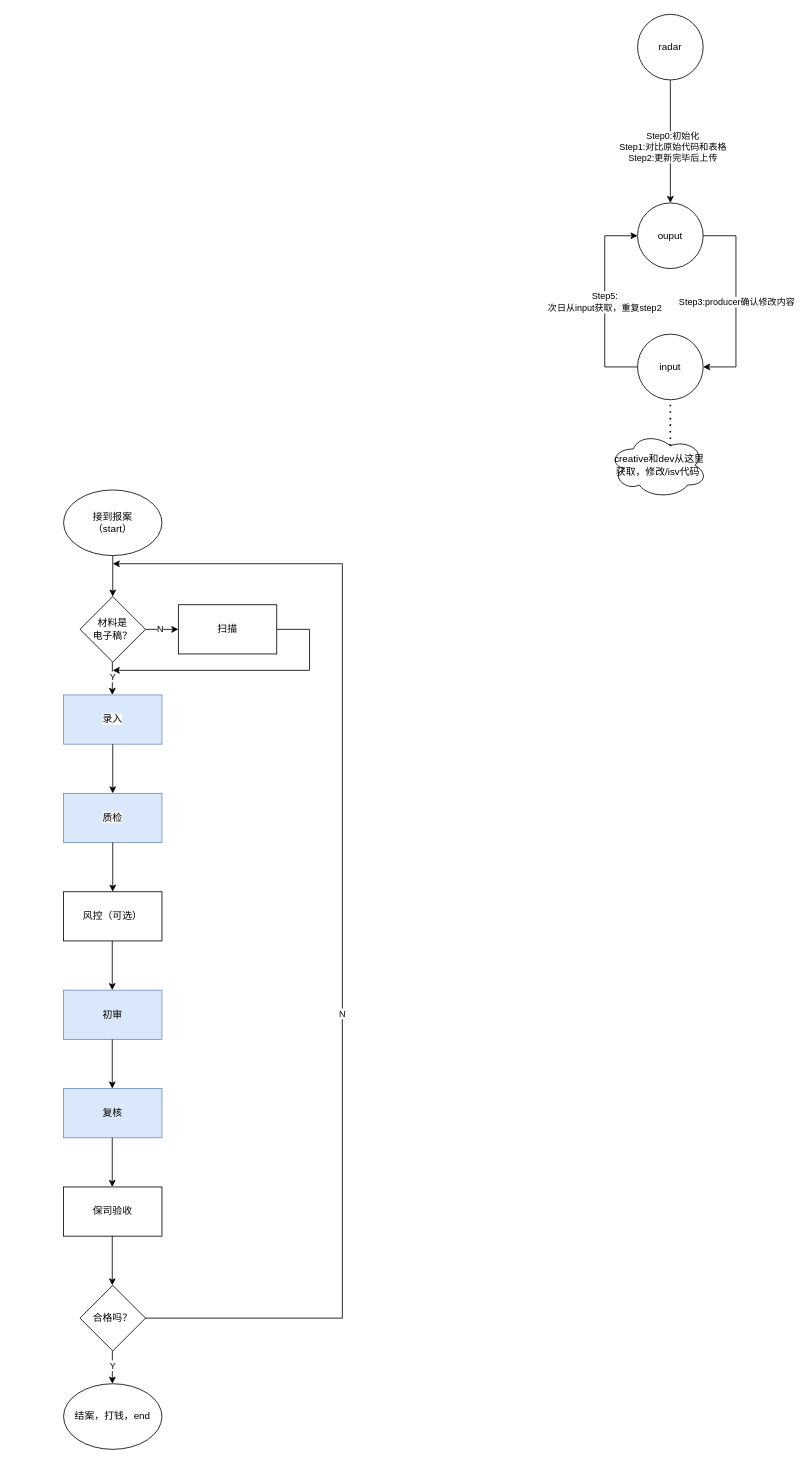
Before: page "流程" (6 of 7) of js/strategyrTree.drawio in feiaaa/a-python-proj-crawler, a draw.io diagram. Source tidied: cells renumbered, new cells numbered last; positions are measured from the earlier drawing's top-left corner, leaving out a move shared by most shapes. Both pictures are drawn from the tidied source at 82%, with x=0, y=0 at pixel (63, 14).
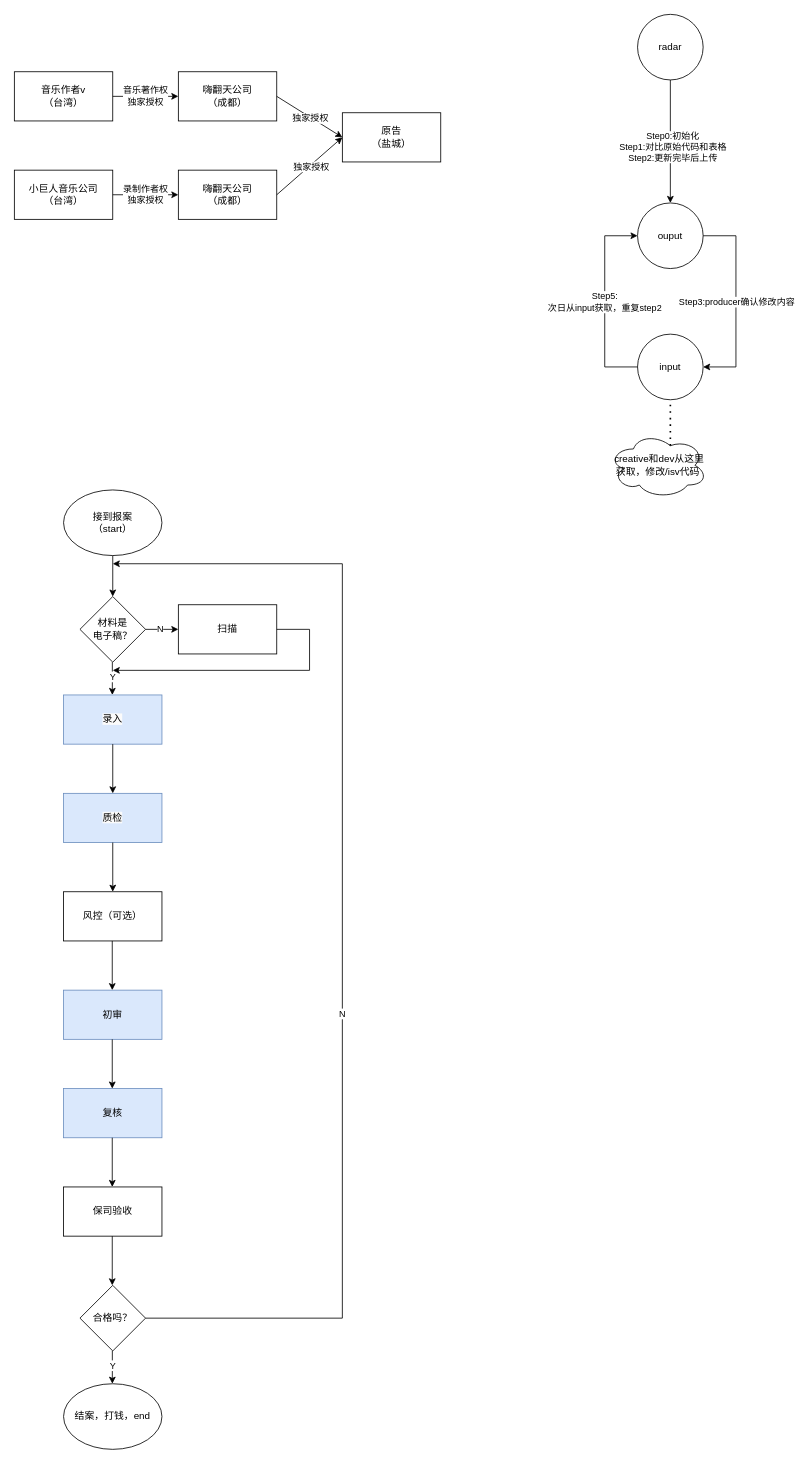
Above is the later version.

Change to the diagram source:
```diff
@@
+    <mxCell id="41" value="音乐作者v&lt;div&gt;（台湾）&lt;/div&gt;" style="rounded=0;whiteSpace=wrap;html=1;" parent="1" vertex="1">
+      <mxGeometry x="-60" y="70" width="120" height="60" as="geometry" />
+    </mxCell>
+    <mxCell id="42" value="小巨人音乐公司&lt;div&gt;（台湾）&lt;/div&gt;" style="rounded=0;whiteSpace=wrap;html=1;" parent="1" vertex="1">
+      <mxGeometry x="-60" y="190" width="120" height="60" as="geometry" />
+    </mxCell>
+    <mxCell id="43" style="endArrow=classic;html=1;rounded=0;exitX=1;exitY=0.5;exitDx=0;exitDy=0;" parent="1" edge="1" source="41">
+      <mxGeometry relative="1" as="geometry">
+        <mxPoint x="140" y="100" as="targetPoint" />
+      </mxGeometry>
+    </mxCell>
+    <mxCell id="44" value="音乐著作权&lt;div&gt;独家授权&lt;/div&gt;" style="edgeLabel;html=1;align=center;verticalAlign=middle;" parent="43" vertex="1">
+      <mxGeometry x="-0.03" y="2" relative="1" as="geometry">
+        <mxPoint y="1" as="offset" />
+      </mxGeometry>
+    </mxCell>
+    <mxCell id="45" value="嗨翻天公司&lt;div&gt;（成都）&lt;/div&gt;" style="rounded=0;whiteSpace=wrap;html=1;" parent="1" vertex="1">
+      <mxGeometry x="140" y="70" width="120" height="60" as="geometry" />
+    </mxCell>
+    <mxCell id="46" style="endArrow=classic;html=1;rounded=0;exitX=1;exitY=0.5;exitDx=0;exitDy=0;" parent="1" edge="1">
+      <mxGeometry relative="1" as="geometry">
+        <mxPoint x="60" y="220" as="sourcePoint" />
+        <mxPoint x="140" y="220" as="targetPoint" />
+      </mxGeometry>
+    </mxCell>
+    <mxCell id="47" value="录制作者权&lt;div&gt;独家授权&lt;/div&gt;" style="edgeLabel;html=1;align=center;verticalAlign=middle;" parent="46" vertex="1">
+      <mxGeometry x="-0.03" y="2" relative="1" as="geometry">
+        <mxPoint y="1" as="offset" />
+      </mxGeometry>
+    </mxCell>
+    <mxCell id="48" value="嗨翻天公司&lt;div&gt;（成都）&lt;/div&gt;" style="rounded=0;whiteSpace=wrap;html=1;" parent="1" vertex="1">
+      <mxGeometry x="140" y="190" width="120" height="60" as="geometry" />
+    </mxCell>
+    <mxCell id="49" style="endArrow=classic;html=1;rounded=0;exitX=1;exitY=0.5;exitDx=0;exitDy=0;" parent="1" edge="1" source="45">
+      <mxGeometry relative="1" as="geometry">
+        <mxPoint x="340" y="150" as="targetPoint" />
+      </mxGeometry>
+    </mxCell>
+    <mxCell id="50" value="独家授权" style="edgeLabel;html=1;align=center;verticalAlign=middle;" parent="49" vertex="1">
+      <mxGeometry x="0.02" y="-1" relative="1" as="geometry" />
+    </mxCell>
+    <mxCell id="51" value="原告&lt;div&gt;（盐城）&lt;/div&gt;" style="rounded=0;whiteSpace=wrap;html=1;" parent="1" vertex="1">
+      <mxGeometry x="340" y="120" width="120" height="60" as="geometry" />
+    </mxCell>
+    <mxCell id="52" style="endArrow=classic;html=1;rounded=0;exitX=1;exitY=0.5;exitDx=0;exitDy=0;entryX=0;entryY=0.5;entryDx=0;entryDy=0;" parent="1" edge="1" source="48" target="51">
+      <mxGeometry relative="1" as="geometry" />
+    </mxCell>
+    <mxCell id="53" value="独家授权" style="edgeLabel;html=1;align=center;verticalAlign=middle;" parent="52" vertex="1">
+      <mxGeometry x="0.02" y="-1" relative="1" as="geometry" />
+    </mxCell>
```
